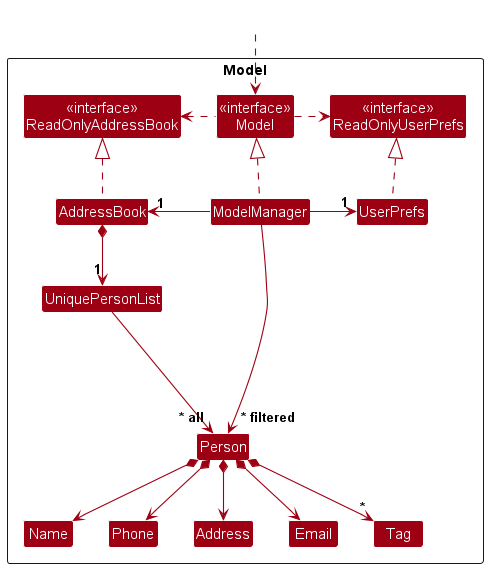
Above: docs/images/ModelClassDiagram.png in nus-cs2103-AY2425S1/tp (PlantUML), before the change.
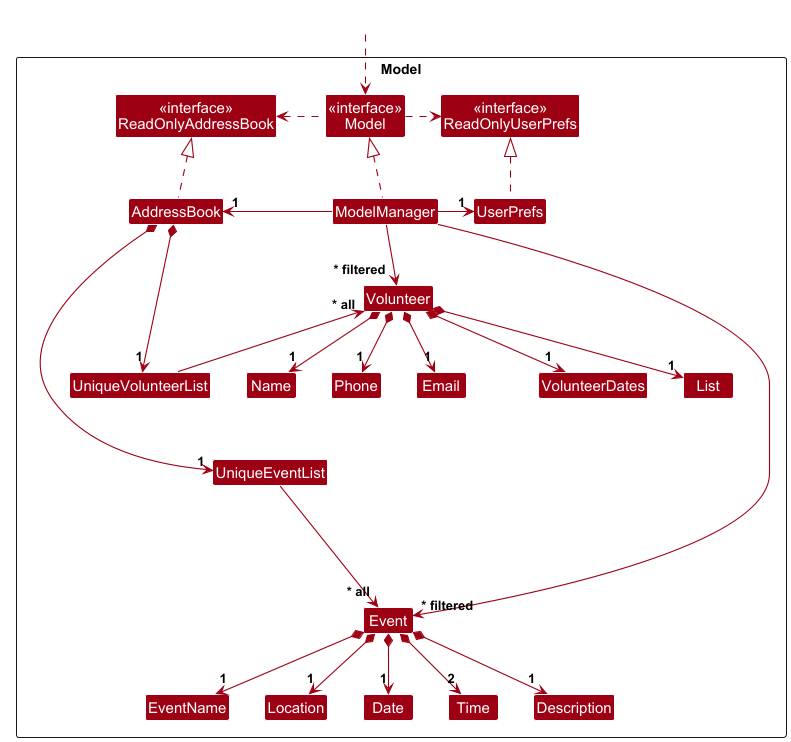
Above is the later version.

Diff of the diagram source:
```diff
@@ -5,22 +5,30 @@
 skinparam classBackgroundColor MODEL_COLOR
 
 Package Model as ModelPackage <<Rectangle>>{
-Class "<<interface>>\nReadOnlyAddressBook" as ReadOnlyAddressBook
-Class "<<interface>>\nReadOnlyUserPrefs" as ReadOnlyUserPrefs
-Class "<<interface>>\nModel" as Model
-Class AddressBook
-Class ModelManager
-Class UserPrefs
+  Class "<<interface>>\nReadOnlyAddressBook" as ReadOnlyAddressBook
+  Class "<<interface>>\nReadOnlyUserPrefs" as ReadOnlyUserPrefs
+  Class "<<interface>>\nModel" as Model
+  Class AddressBook
+  Class ModelManager
+  Class UserPrefs
 
-Class UniquePersonList
-Class Person
-Class Address
-Class Email
-Class Name
-Class Phone
-Class Tag
+  Class UniqueVolunteerList
+  Class Volunteer
+  Class Name
+  Class Phone
+  Class Email
+  Class VolunteerDates
+  Class List
 
-Class I #FFFFFF
+  Class UniqueEventList
+  Class Event
+  Class EventName
+  Class Location
+  Class Date
+  Class Time
+  Class Description
+
+  Class I #FFFFFF
 }
 
 Class HiddenOutside #FFFFFF
@@ -35,20 +43,37 @@
 ModelManager -right-> "1" UserPrefs
 UserPrefs .up.|> ReadOnlyUserPrefs
 
-AddressBook *--> "1" UniquePersonList
-UniquePersonList --> "~* all" Person
-Person *--> Name
-Person *--> Phone
-Person *--> Email
-Person *--> Address
-Person *--> "*" Tag
+AddressBook *--> "1" UniqueVolunteerList
+UniqueVolunteerList -up-> "~* all" Volunteer
+Volunteer *--> "1" Name
+Volunteer *--> "1" Phone
+Volunteer *--> "1" Email
+Volunteer *--> "1" VolunteerDates
+Volunteer *--> "1" List
 
-Person -[hidden]up--> I
-UniquePersonList -[hidden]right-> I
+AddressBook *-down-> "1" UniqueEventList
+UniqueEventList --> "~* all" Event
+Event *--> "1" EventName
+Event *--> "1" Location
+Event *--> "1" Date
+Event *--> "2" Time
+Event *--> "1" Description
+
+Volunteer -[hidden]up--> I
+Event -[hidden]up--> I
+UniqueVolunteerList -[hidden]right-> I
+UniqueEventList -[hidden]right-> I
 
 Name -[hidden]right-> Phone
-Phone -[hidden]right-> Address
-Address -[hidden]right-> Email
+Phone -[hidden]right-> Email
+Email -[hidden]right-> VolunteerDates
+VolunteerDates -[hidden]right-> List
 
-ModelManager --> "~* filtered" Person
+EventName -[hidden]right-> Location
+Location -[hidden]right-> Date
+Date -[hidden]right-> Time
+Time -[hidden]right-> Description
+
+ModelManager --> "~* filtered" Volunteer
+ModelManager --> "~* filtered" Event
 @enduml
```
